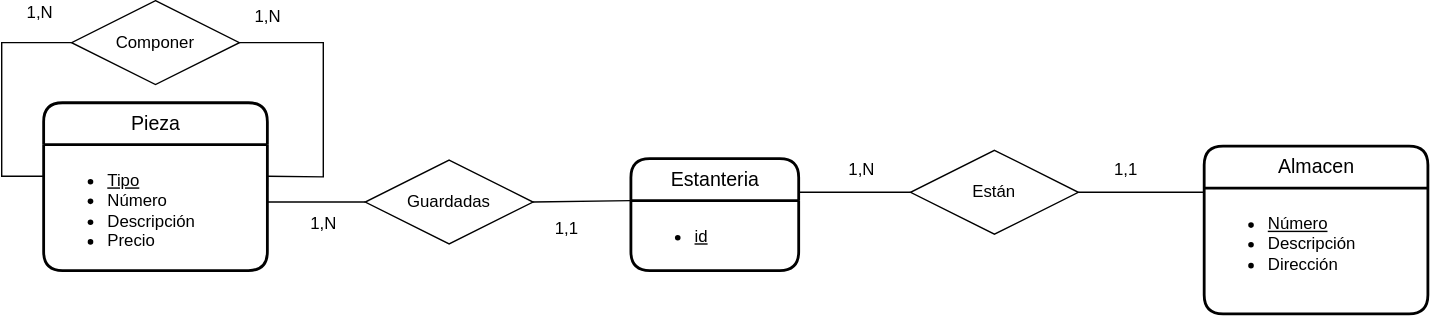
The draw.io diagram UD12-05.svg in Jimxx22/C3-UD11-UML, before a commit. Source tidied: cells renumbered, new cells last; positions are measured from the earlier drawing's top-left corner, leaving out a move shared by most shapes.
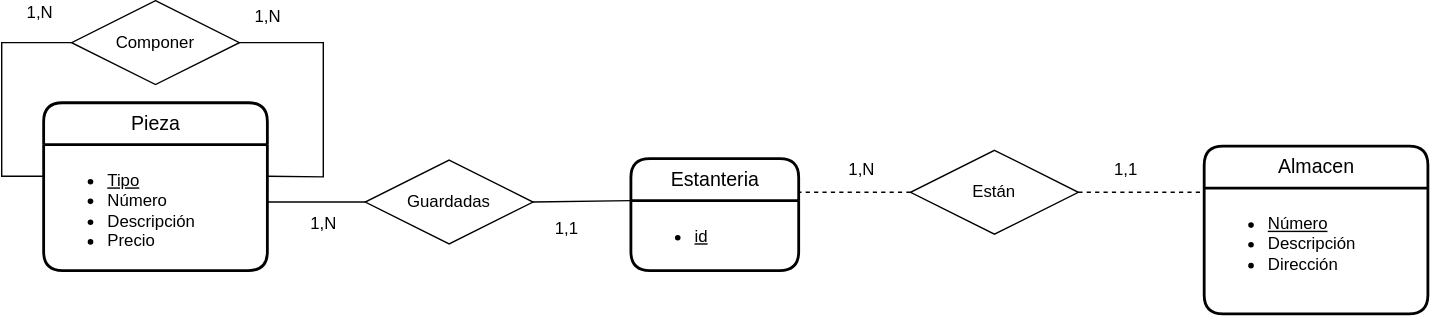
After the change.

Diff of the diagram source:
```diff
@@ -32,7 +32,7 @@
     <mxCell id="11" style="edgeStyle=orthogonalEdgeStyle;rounded=0;jettySize=auto;html=1;exitX=0;exitY=0.75;exitDx=0;exitDy=0;entryX=1;entryY=0.5;entryDx=0;entryDy=0;" parent="1" edge="1" target="10">
       <mxGeometry relative="1" as="geometry" />
     </mxCell>
-    <mxCell id="12" style="edgeStyle=orthogonalEdgeStyle;rounded=0;jettySize=auto;html=1;endArrow=none;endFill=0;entryX=1;entryY=0;entryDx=0;entryDy=0;exitX=0;exitY=0.5;exitDx=0;exitDy=0;" parent="1" edge="1" source="16" target="3">
+    <mxCell id="12" style="edgeStyle=orthogonalEdgeStyle;rounded=0;jettySize=auto;html=1;endArrow=none;endFill=0;entryX=1;entryY=0;entryDx=0;entryDy=0;exitX=0;exitY=0.5;exitDx=0;exitDy=0;dashed=1;" parent="1" edge="1" source="16" target="3">
       <mxGeometry relative="1" as="geometry">
         <Array as="points">
           <mxPoint x="570" y="137" />
@@ -50,7 +50,7 @@
         </Array>
       </mxGeometry>
     </mxCell>
-    <mxCell id="15" style="edgeStyle=orthogonalEdgeStyle;rounded=0;jettySize=auto;html=1;endArrow=none;endFill=0;entryX=0;entryY=0.25;entryDx=0;entryDy=0;" parent="1" edge="1" source="16" target="8">
+    <mxCell id="15" style="edgeStyle=orthogonalEdgeStyle;rounded=0;jettySize=auto;html=1;endArrow=none;endFill=0;entryX=0;entryY=0.25;entryDx=0;entryDy=0;dashed=1;" parent="1" edge="1" source="16" target="8">
       <mxGeometry relative="1" as="geometry">
         <Array as="points">
           <mxPoint x="860" y="137" />
```
